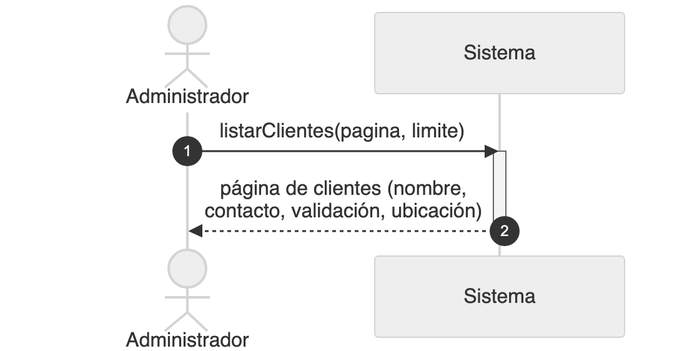
Above: diagramas/png/DSS_CU-092_Consultar-Listado-De-Clientes.png in Nahuelito-Dev/splg-docs (Mermaid), before the change. Its source is kept beside it as diagramas/DSS_CU-092_Consultar-Listado-De-Clientes.mmd.
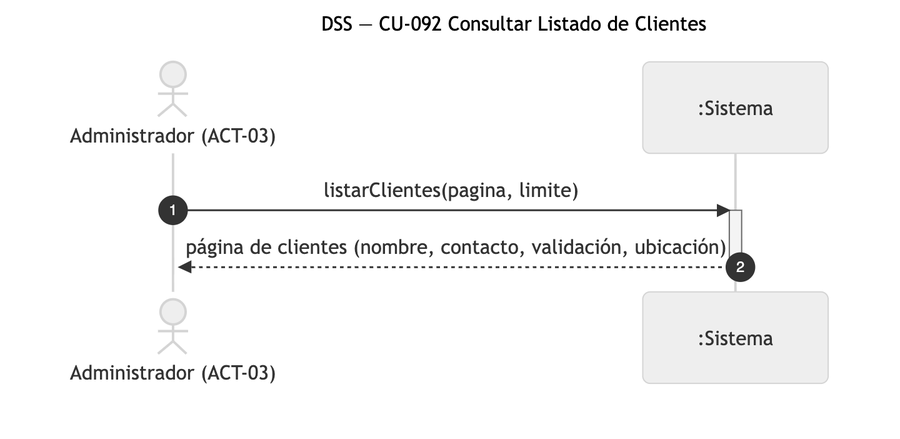
After the commit.

The edit, as a diff of the source:
```diff
@@ -1,8 +1,8 @@
 sequenceDiagram
-    title DSS — CU-092 Consultar Listado De Clientes
+    title DSS — CU-092 Consultar Listado de Clientes
     autonumber
-    actor ADM as Administrador
-    participant SIS as Sistema
+    actor ADM as Administrador (ACT-03)
+    participant SIS as :Sistema
 
     ADM->>SIS: listarClientes(pagina, limite)
     activate SIS
```
